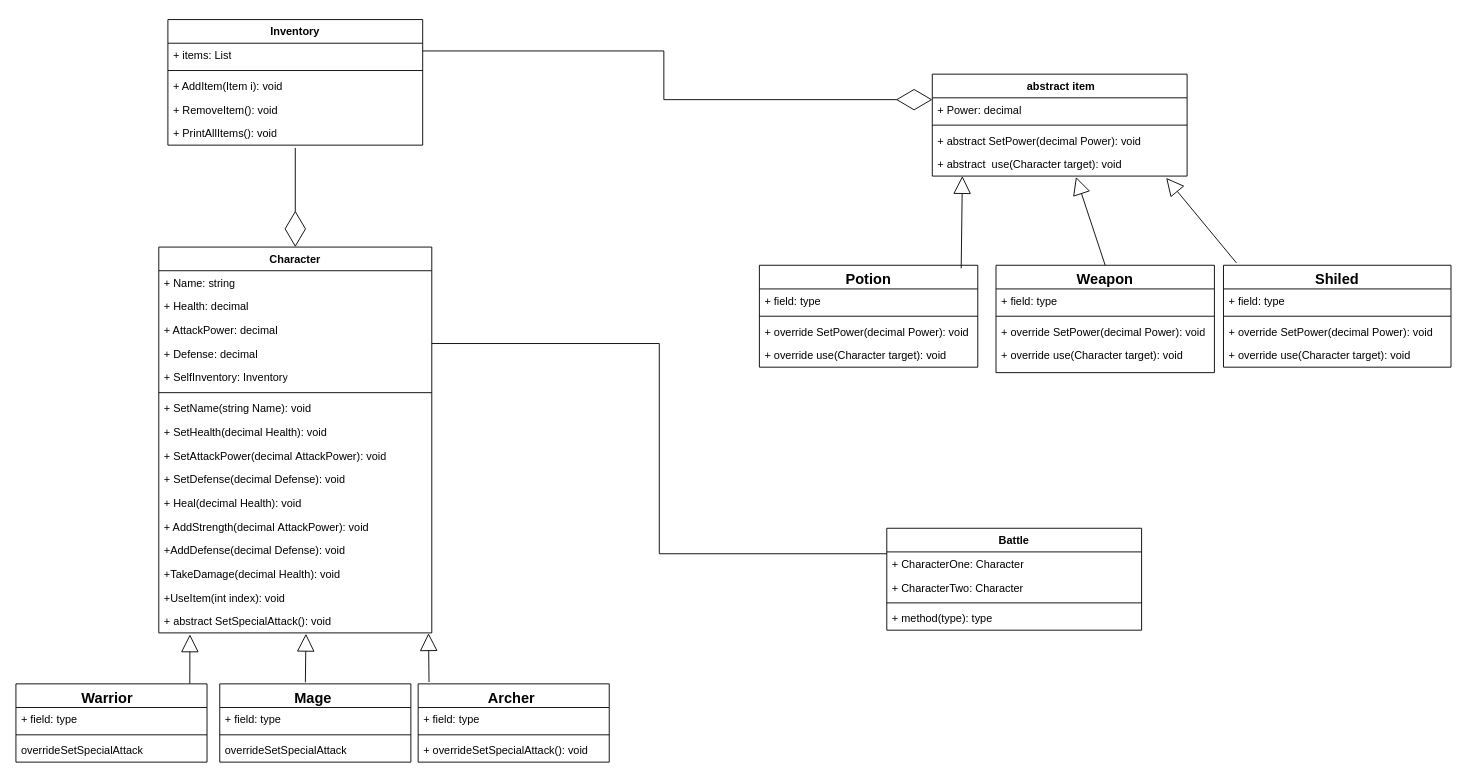
Earlier version of the draw.io diagram Untitled Diagram.drawio (Mariam-Amer000/RPG-Combat-Inventory-System). Source tidied: cells renumbered, new cells numbered last; positions are measured from the earlier drawing's top-left corner, leaving out a move shared by most shapes. Both pictures are drawn from the tidied source at 91%, with x=0, y=0 at pixel (15, 19).
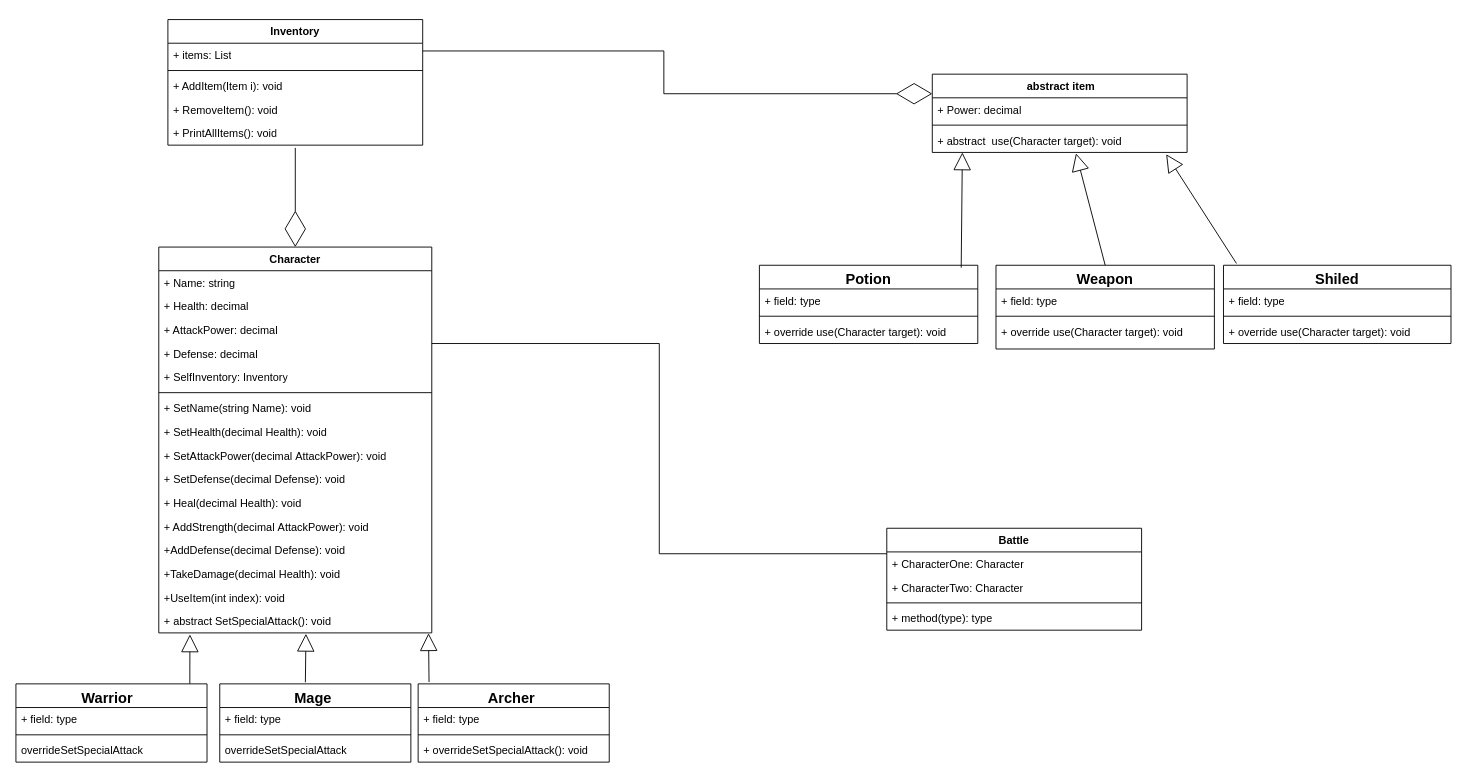
After the change.

Diff of the diagram source:
```diff
@@
     <mxCell id="34" value="&amp;nbsp;abstract item" style="swimlane;fontStyle=1;align=center;verticalAlign=top;horizontal=1;startSize=26;whiteSpace=wrap;html=1;" parent="1" vertex="1">
-      <mxGeometry x="1007" y="60" width="280" height="112" as="geometry" />
+      <mxGeometry x="1007" y="60" width="280" height="86" as="geometry" />
     </mxCell>
@@
-    <mxCell id="37" value="+ abstract SetPower(decimal Power): void" style="text;strokeColor=none;fillColor=none;align=left;verticalAlign=top;spacingLeft=4;spacingRight=4;overflow=hidden;whiteSpace=wrap;html=1;" parent="34" vertex="1">
-      <mxGeometry y="60" width="280" height="26" as="geometry" />
-    </mxCell>
     <mxCell id="38" value="+ abstract&amp;nbsp; use(Character target): void" style="text;strokeColor=none;fillColor=none;align=left;verticalAlign=top;spacingLeft=4;spacingRight=4;overflow=hidden;points=[[0,0.5],[1,0.5]];portConstraint=eastwest;whiteSpace=wrap;html=1;" parent="34" vertex="1">
-      <mxGeometry y="86" width="280" height="26" as="geometry" />
+      <mxGeometry y="60" width="280" height="26" as="geometry" />
     </mxCell>
     <mxCell id="39" value="&lt;b&gt;&lt;span style=&quot;font-size:12.0pt;line-height:107%;&amp;lt;br/&amp;gt;font-family:&amp;quot;Calibri&amp;quot;,sans-serif;mso-ascii-theme-font:minor-latin;mso-fareast-font-family:&amp;lt;br/&amp;gt;Calibri;mso-fareast-theme-font:minor-latin;mso-hansi-theme-font:minor-latin;&amp;lt;br/&amp;gt;mso-bidi-font-family:Arial;mso-bidi-theme-font:minor-bidi;mso-ansi-language:&amp;lt;br/&amp;gt;EN-US;mso-fareast-language:EN-US;mso-bidi-language:AR-SA&quot;&gt;Potion&lt;/span&gt;&lt;/b&gt;" style="swimlane;fontStyle=1;align=center;verticalAlign=top;horizontal=1;startSize=26;whiteSpace=wrap;html=1;" parent="1" vertex="1">
-      <mxGeometry x="817" y="270" width="240" height="112" as="geometry" />
+      <mxGeometry x="817" y="270" width="240" height="86" as="geometry" />
     </mxCell>
@@
-    <mxCell id="42" value="+ override SetPower(decimal Power): void" style="text;strokeColor=none;fillColor=none;align=left;verticalAlign=top;spacingLeft=4;spacingRight=4;overflow=hidden;whiteSpace=wrap;html=1;" parent="39" vertex="1">
-      <mxGeometry y="60" width="240" height="26" as="geometry" />
-    </mxCell>
     <mxCell id="43" value="+ override&amp;nbsp;use(Character target): void" style="text;strokeColor=none;fillColor=none;align=left;verticalAlign=top;spacingLeft=4;spacingRight=4;overflow=hidden;whiteSpace=wrap;html=1;" parent="39" vertex="1">
-      <mxGeometry y="86" width="240" height="26" as="geometry" />
+      <mxGeometry y="60" width="240" height="26" as="geometry" />
     </mxCell>
     <mxCell id="44" value="&lt;b&gt;&lt;span style=&quot;font-size:12.0pt;line-height:107%;&amp;lt;br/&amp;gt;font-family:&amp;quot;Calibri&amp;quot;,sans-serif;mso-ascii-theme-font:minor-latin;mso-fareast-font-family:&amp;lt;br/&amp;gt;Calibri;mso-fareast-theme-font:minor-latin;mso-hansi-theme-font:minor-latin;&amp;lt;br/&amp;gt;mso-bidi-font-family:Arial;mso-bidi-theme-font:minor-bidi;mso-ansi-language:&amp;lt;br/&amp;gt;EN-US;mso-fareast-language:EN-US;mso-bidi-language:AR-SA&quot;&gt;Weapon&lt;/span&gt;&lt;/b&gt;" style="swimlane;fontStyle=1;align=center;verticalAlign=top;horizontal=1;startSize=26;whiteSpace=wrap;html=1;" parent="1" vertex="1">
-      <mxGeometry x="1077" y="270" width="240" height="118" as="geometry" />
+      <mxGeometry x="1077" y="270" width="240" height="92" as="geometry" />
     </mxCell>
@@
-    <mxCell id="47" value="+ override SetPower(decimal Power): void" style="text;strokeColor=none;fillColor=none;align=left;verticalAlign=top;spacingLeft=4;spacingRight=4;overflow=hidden;whiteSpace=wrap;html=1;" parent="44" vertex="1">
-      <mxGeometry y="60" width="240" height="26" as="geometry" />
-    </mxCell>
     <mxCell id="48" value="+ override&amp;nbsp;use(Character target): void" style="text;strokeColor=none;fillColor=none;align=left;verticalAlign=top;spacingLeft=4;spacingRight=4;overflow=hidden;whiteSpace=wrap;html=1;" parent="44" vertex="1">
-      <mxGeometry y="86" width="240" height="32" as="geometry" />
+      <mxGeometry y="60" width="240" height="32" as="geometry" />
     </mxCell>
     <mxCell id="49" value="&lt;b&gt;&lt;span style=&quot;font-size:12.0pt;line-height:107%;&amp;lt;br/&amp;gt;font-family:&amp;quot;Calibri&amp;quot;,sans-serif;mso-ascii-theme-font:minor-latin;mso-fareast-font-family:&amp;lt;br/&amp;gt;Calibri;mso-fareast-theme-font:minor-latin;mso-hansi-theme-font:minor-latin;&amp;lt;br/&amp;gt;mso-bidi-font-family:Arial;mso-bidi-theme-font:minor-bidi;mso-ansi-language:&amp;lt;br/&amp;gt;EN-US;mso-fareast-language:EN-US;mso-bidi-language:AR-SA&quot;&gt;Shiled&lt;/span&gt;&lt;/b&gt;" style="swimlane;fontStyle=1;align=center;verticalAlign=top;horizontal=1;startSize=26;whiteSpace=wrap;html=1;" parent="1" vertex="1">
-      <mxGeometry x="1327" y="270" width="250" height="112" as="geometry" />
+      <mxGeometry x="1327" y="270" width="250" height="86" as="geometry" />
     </mxCell>
@@
-    <mxCell id="52" value="+ override SetPower(decimal Power): void" style="text;strokeColor=none;fillColor=none;align=left;verticalAlign=top;spacingLeft=4;spacingRight=4;overflow=hidden;whiteSpace=wrap;html=1;" parent="49" vertex="1">
-      <mxGeometry y="60" width="250" height="26" as="geometry" />
-    </mxCell>
     <mxCell id="53" value="+ override&amp;nbsp;use(Character target): void" style="text;strokeColor=none;fillColor=none;align=left;verticalAlign=top;spacingLeft=4;spacingRight=4;overflow=hidden;whiteSpace=wrap;html=1;" parent="49" vertex="1">
-      <mxGeometry y="86" width="250" height="26" as="geometry" />
+      <mxGeometry y="60" width="250" height="26" as="geometry" />
     </mxCell>
```
